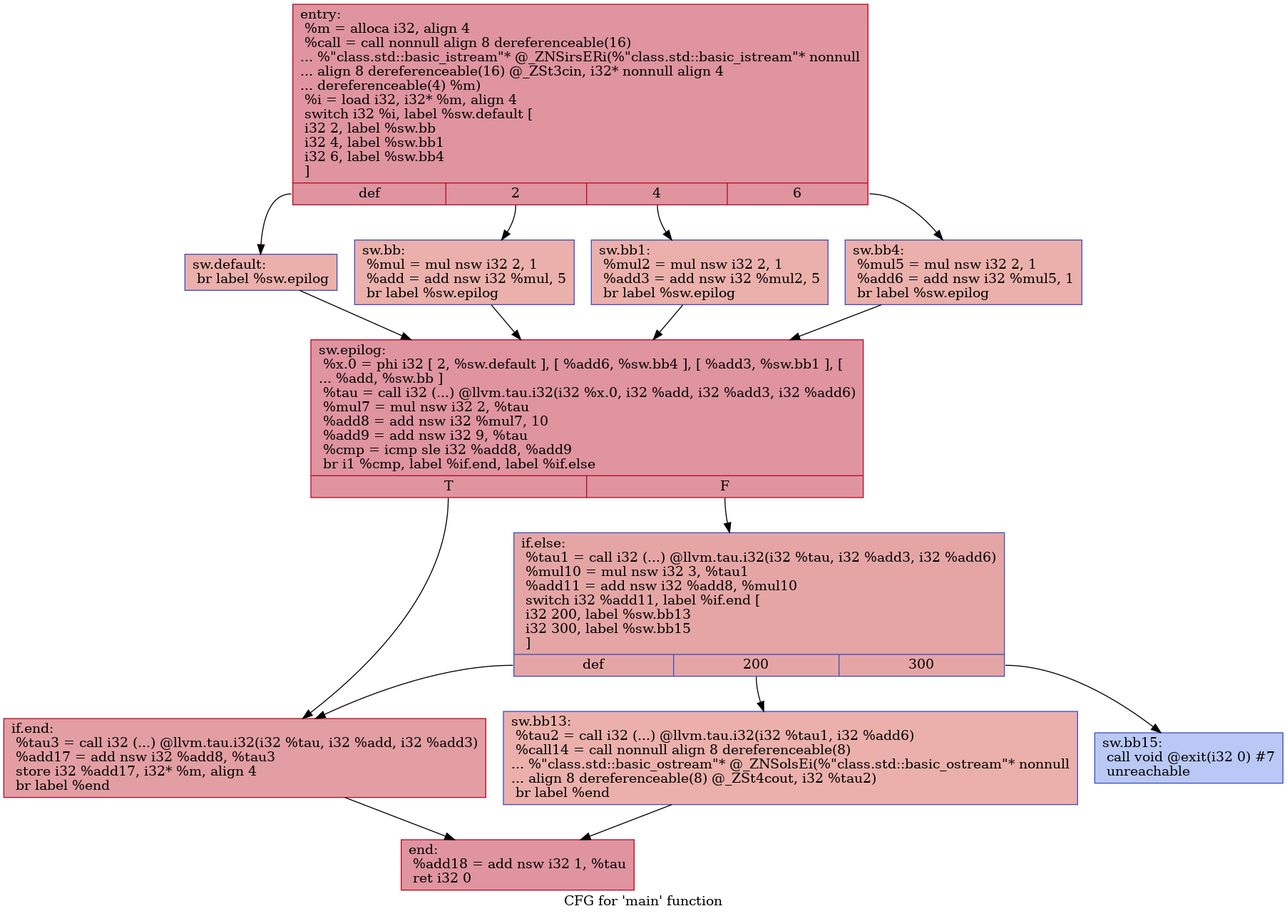
HPSSA-LLVM/HPSSA-LLVM keeps this Graphviz diagram as IR/cfg/afterHPSSA.dot.png. Above is the earlier version. Its source is kept beside it as IR/cfg/afterHPSSA.dot.
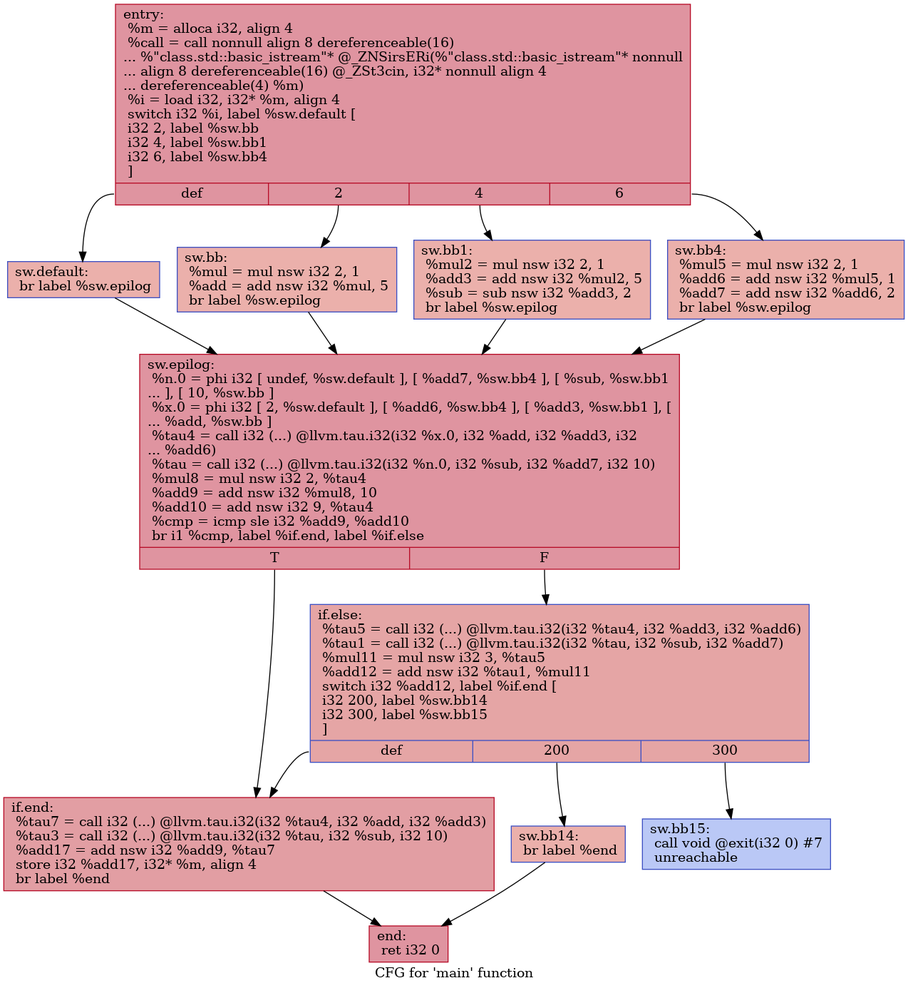
Above is the later version.

Change to the diagram source:
```diff
@@ -1,30 +1,31 @@
 digraph "CFG for 'main' function" {
-	label="CFG for 'main' function";
-
-	Node0x5562f495a2f0 [shape=record,color="#b70d28ff", style=filled, fillcolor="#b70d2870",label="{entry:\l  %m = alloca i32, align 4\l  %call = call nonnull align 8 dereferenceable(16)\l... %\"class.std::basic_istream\"* @_ZNSirsERi(%\"class.std::basic_istream\"* nonnull\l... align 8 dereferenceable(16) @_ZSt3cin, i32* nonnull align 4\l... dereferenceable(4) %m)\l  %i = load i32, i32* %m, align 4\l  switch i32 %i, label %sw.default [\l    i32 2, label %sw.bb\l    i32 4, label %sw.bb1\l    i32 6, label %sw.bb4\l  ]\l|{<s0>def|<s1>2|<s2>4|<s3>6}}"];
-	Node0x5562f495a2f0:s0 -> Node0x5562f495a730;
-	Node0x5562f495a2f0:s1 -> Node0x5562f495a840;
-	Node0x5562f495a2f0:s2 -> Node0x5562f495a940;
-	Node0x5562f495a2f0:s3 -> Node0x5562f495aa40;
-	Node0x5562f495a840 [shape=record,color="#3d50c3ff", style=filled, fillcolor="#d24b4070",label="{sw.bb:                                            \l  %mul = mul nsw i32 2, 1\l  %add = add nsw i32 %mul, 5\l  br label %sw.epilog\l}"];
-	Node0x5562f495a840 -> Node0x5562f495acf0;
-	Node0x5562f495a940 [shape=record,color="#3d50c3ff", style=filled, fillcolor="#d24b4070",label="{sw.bb1:                                           \l  %mul2 = mul nsw i32 2, 1\l  %add3 = add nsw i32 %mul2, 5\l  br label %sw.epilog\l}"];
-	Node0x5562f495a940 -> Node0x5562f495acf0;
-	Node0x5562f495aa40 [shape=record,color="#3d50c3ff", style=filled, fillcolor="#d24b4070",label="{sw.bb4:                                           \l  %mul5 = mul nsw i32 2, 1\l  %add6 = add nsw i32 %mul5, 1\l  br label %sw.epilog\l}"];
-	Node0x5562f495aa40 -> Node0x5562f495acf0;
-	Node0x5562f495a730 [shape=record,color="#3d50c3ff", style=filled, fillcolor="#d24b4070",label="{sw.default:                                       \l  br label %sw.epilog\l}"];
-	Node0x5562f495a730 -> Node0x5562f495acf0;
-	Node0x5562f495acf0 [shape=record,color="#b70d28ff", style=filled, fillcolor="#b70d2870",label="{sw.epilog:                                        \l  %x.0 = phi i32 [ 2, %sw.default ], [ %add6, %sw.bb4 ], [ %add3, %sw.bb1 ], [\l... %add, %sw.bb ]\l  %tau = call i32 (...) @llvm.tau.i32(i32 %x.0, i32 %add, i32 %add3, i32 %add6)\l  %mul7 = mul nsw i32 2, %tau\l  %add8 = add nsw i32 %mul7, 10\l  %add9 = add nsw i32 9, %tau\l  %cmp = icmp sle i32 %add8, %add9\l  br i1 %cmp, label %if.end, label %if.else\l|{<s0>T|<s1>F}}"];
-	Node0x5562f495acf0:s0 -> Node0x5562f495ba00;
-	Node0x5562f495acf0:s1 -> Node0x5562f495ba70;
-	Node0x5562f495ba70 [shape=record,color="#3d50c3ff", style=filled, fillcolor="#c5333470",label="{if.else:                                          \l  %tau1 = call i32 (...) @llvm.tau.i32(i32 %tau, i32 %add3, i32 %add6)\l  %mul10 = mul nsw i32 3, %tau1\l  %add11 = add nsw i32 %add8, %mul10\l  switch i32 %add11, label %if.end [\l    i32 200, label %sw.bb13\l    i32 300, label %sw.bb15\l  ]\l|{<s0>def|<s1>200|<s2>300}}"];
-	Node0x5562f495ba70:s0 -> Node0x5562f495ba00;
-	Node0x5562f495ba70:s1 -> Node0x5562f495c0e0;
-	Node0x5562f495ba70:s2 -> Node0x5562f495c180;
-	Node0x5562f495c0e0 [shape=record,color="#3d50c3ff", style=filled, fillcolor="#d24b4070",label="{sw.bb13:                                          \l  %tau2 = call i32 (...) @llvm.tau.i32(i32 %tau1, i32 %add6)\l  %call14 = call nonnull align 8 dereferenceable(8)\l... %\"class.std::basic_ostream\"* @_ZNSolsEi(%\"class.std::basic_ostream\"* nonnull\l... align 8 dereferenceable(8) @_ZSt4cout, i32 %tau2)\l  br label %end\l}"];
-	Node0x5562f495c0e0 -> Node0x5562f495c6b0;
-	Node0x5562f495c180 [shape=record,color="#3d50c3ff", style=filled, fillcolor="#6282ea70",label="{sw.bb15:                                          \l  call void @exit(i32 0) #7\l  unreachable\l}"];
-	Node0x5562f495ba00 [shape=record,color="#b70d28ff", style=filled, fillcolor="#be242e70",label="{if.end:                                           \l  %tau3 = call i32 (...) @llvm.tau.i32(i32 %tau, i32 %add, i32 %add3)\l  %add17 = add nsw i32 %add8, %tau3\l  store i32 %add17, i32* %m, align 4\l  br label %end\l}"];
-	Node0x5562f495ba00 -> Node0x5562f495c6b0;
-	Node0x5562f495c6b0 [shape=record,color="#b70d28ff", style=filled, fillcolor="#b70d2870",label="{end:                                              \l  %add18 = add nsw i32 1, %tau\l  ret i32 0\l}"];
+	label="Program in HPSSA Form";
+	node [fontname="Courier"];
+	edge [fontname="Courier"];
+	Node0x55d75e08d230 [shape=record,color="#b70d28ff", style=filled, fillcolor="#b70d2870",label="{entry:\l  %m = alloca i32, align 4\l  %call = call nonnull align 8 dereferenceable(16)\l... %\"class.std::basic_istream\"* @_ZNSirsERi(%\"class.std::basic_istream\"* nonnull\l... align 8 dereferenceable(16) @_ZSt3cin, i32* nonnull align 4\l... dereferenceable(4) %m)\l  %i = load i32, i32* %m, align 4\l  switch i32 %i, label %sw.default [\l    i32 2, label %sw.bb\l    i32 4, label %sw.bb1\l    i32 6, label %sw.bb4\l  ]\l|{<s0>def|<s1>2|<s2>4|<s3>6}}"];
+	Node0x55d75e08d230:s0 -> Node0x55d75e08d670;
+	Node0x55d75e08d230:s1 -> Node0x55d75e08d780;
+	Node0x55d75e08d230:s2 -> Node0x55d75e08d880;
+	Node0x55d75e08d230:s3 -> Node0x55d75e08d980;
+	Node0x55d75e08d780 [shape=record,color="#3d50c3ff", style=filled, fillcolor="#d24b4070",label="{sw.bb:                                            \l  %mul = mul nsw i32 2, 1\l  %add = add nsw i32 %mul, 5\l  br label %sw.epilog\l}"];
+	Node0x55d75e08d780 -> Node0x55d75e08dc30;
+	Node0x55d75e08d880 [shape=record,color="#3d50c3ff", style=filled, fillcolor="#d24b4070",label="{sw.bb1:                                           \l  %mul2 = mul nsw i32 2, 1\l  %add3 = add nsw i32 %mul2, 5\l  %sub = sub nsw i32 %add3, 2\l  br label %sw.epilog\l}"];
+	Node0x55d75e08d880 -> Node0x55d75e08dc30;
+	Node0x55d75e08d980 [shape=record,color="#3d50c3ff", style=filled, fillcolor="#d24b4070",label="{sw.bb4:                                           \l  %mul5 = mul nsw i32 2, 1\l  %add6 = add nsw i32 %mul5, 1\l  %add7 = add nsw i32 %add6, 2\l  br label %sw.epilog\l}"];
+	Node0x55d75e08d980 -> Node0x55d75e08dc30;
+	Node0x55d75e08d670 [shape=record,color="#3d50c3ff", style=filled, fillcolor="#d24b4070",label="{sw.default:                                       \l  br label %sw.epilog\l}"];
+	Node0x55d75e08d670 -> Node0x55d75e08dc30;
+	Node0x55d75e08dc30 [shape=record,color="#b70d28ff", style=filled, fillcolor="#b70d2870",label="{sw.epilog:                                        \l  %n.0 = phi i32 [ undef, %sw.default ], [ %add7, %sw.bb4 ], [ %sub, %sw.bb1\l... ], [ 10, %sw.bb ]\l  %x.0 = phi i32 [ 2, %sw.default ], [ %add6, %sw.bb4 ], [ %add3, %sw.bb1 ], [\l... %add, %sw.bb ]\l  %tau4 = call i32 (...) @llvm.tau.i32(i32 %x.0, i32 %add, i32 %add3, i32\l... %add6)\l  %tau = call i32 (...) @llvm.tau.i32(i32 %n.0, i32 %sub, i32 %add7, i32 10)\l  %mul8 = mul nsw i32 2, %tau4\l  %add9 = add nsw i32 %mul8, 10\l  %add10 = add nsw i32 9, %tau4\l  %cmp = icmp sle i32 %add9, %add10\l  br i1 %cmp, label %if.end, label %if.else\l|{<s0>T|<s1>F}}"];
+	Node0x55d75e08dc30:s0 -> Node0x55d75e08f480;
+	Node0x55d75e08dc30:s1 -> Node0x55d75e08f4f0;
+	Node0x55d75e08f4f0 [shape=record,color="#3d50c3ff", style=filled, fillcolor="#c5333470",label="{if.else:                                          \l  %tau5 = call i32 (...) @llvm.tau.i32(i32 %tau4, i32 %add3, i32 %add6)\l  %tau1 = call i32 (...) @llvm.tau.i32(i32 %tau, i32 %sub, i32 %add7)\l  %mul11 = mul nsw i32 3, %tau5\l  %add12 = add nsw i32 %tau1, %mul11\l  switch i32 %add12, label %if.end [\l    i32 200, label %sw.bb14\l    i32 300, label %sw.bb15\l  ]\l|{<s0>def|<s1>200|<s2>300}}"];
+	Node0x55d75e08f4f0:s0 -> Node0x55d75e08f480;
+	Node0x55d75e08f4f0:s1 -> Node0x55d75e08f8b0;
+	Node0x55d75e08f4f0:s2 -> Node0x55d75e08f950;
+	Node0x55d75e08f8b0 [shape=record,color="#3d50c3ff", style=filled, fillcolor="#d24b4070",label="{sw.bb14:                                          \l  br label %end\l}"];
+	Node0x55d75e08f8b0 -> Node0x55d75e08fae0;
+	Node0x55d75e08f950 [shape=record,color="#3d50c3ff", style=filled, fillcolor="#6282ea70",label="{sw.bb15:                                          \l  call void @exit(i32 0) #7\l  unreachable\l}"];
+	Node0x55d75e08f480 [shape=record,color="#b70d28ff", style=filled, fillcolor="#be242e70",label="{if.end:                                           \l  %tau7 = call i32 (...) @llvm.tau.i32(i32 %tau4, i32 %add, i32 %add3)\l  %tau3 = call i32 (...) @llvm.tau.i32(i32 %tau, i32 %sub, i32 10)\l  %add17 = add nsw i32 %add9, %tau7\l  store i32 %add17, i32* %m, align 4\l  br label %end\l}"];
+	Node0x55d75e08f480 -> Node0x55d75e08fae0;
+	Node0x55d75e08fae0 [shape=record,color="#b70d28ff", style=filled, fillcolor="#b70d2870",label="{end:                                              \l  ret i32 0\l}"];
 }
```
